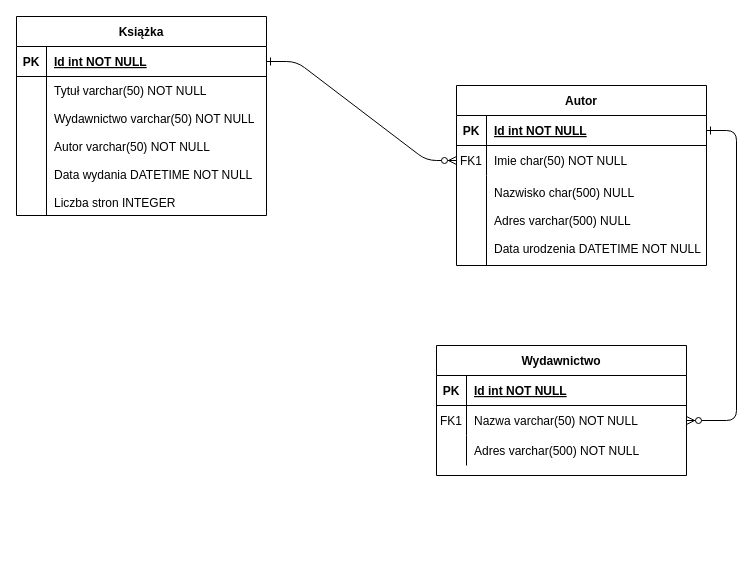
Before: lab01/lab1.drawio in MaksymilianSiemienowicz/rbd_lab_tasks, a draw.io diagram. Source tidied: cells renumbered, new cells numbered last; positions are measured from the earlier drawing's top-left corner, leaving out a move shared by most shapes. Both pictures are drawn from the tidied source at 100%, with x=0, y=0 at pixel (16, 16).
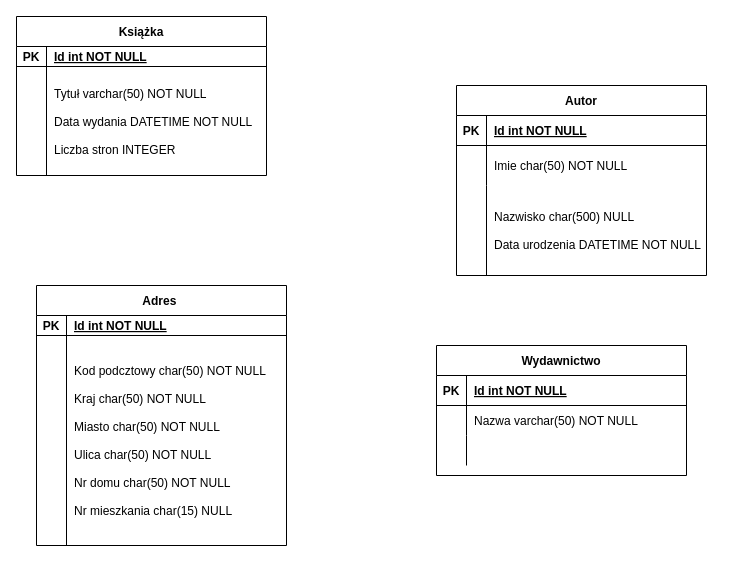
After the change.

The change refers to these unchanged cells:
```xml
<mxCell id="5" style="shape=partialRectangle;fillColor=none;points=[[0,0.5],[1,0.5]];portConstraint=eastwest;top=0;left=0;right=0;bottom=1;" parent="4" vertex="1">
  <mxGeometry y="30" width="250" height="30" as="geometry" />
</mxCell>
<mxCell id="18" style="shape=partialRectangle;fillColor=none;points=[[0,0.5],[1,0.5]];portConstraint=eastwest;top=0;left=0;right=0;bottom=0;" parent="14" vertex="1">
  <mxGeometry y="60" width="250" height="30" as="geometry" />
</mxCell>
<mxCell id="21" style="shape=partialRectangle;fillColor=none;top=0;left=0;right=0;bottom=0;" parent="14" vertex="1">
  <mxGeometry y="90" width="250" height="30" as="geometry" />
</mxCell>
```

Change to the diagram source:
```diff
@@
-    <mxCell id="2" style="edgeStyle=entityRelationEdgeStyle;endArrow=ERzeroToMany;startArrow=ERone;endFill=1;startFill=0;" parent="1" edge="1" source="25" target="8">
-      <mxGeometry relative="1" as="geometry" />
-    </mxCell>
-    <mxCell id="3" style="edgeStyle=entityRelationEdgeStyle;endArrow=ERzeroToMany;startArrow=ERone;endFill=1;startFill=0;" parent="1" edge="1" source="5" target="18">
-      <mxGeometry relative="1" as="geometry" />
-    </mxCell>
     <mxCell id="4" value="Autor" style="shape=table;startSize=30;childLayout=tableLayout;rowLines=0;fontStyle=1;align=center;" parent="1" vertex="1">
-      <mxGeometry x="440" y="69" width="250" height="180" as="geometry" />
+      <mxGeometry x="440" y="69" width="250" height="190" as="geometry" />
     </mxCell>
@@
     <mxCell id="8" style="shape=partialRectangle;fillColor=none;points=[[0,0.5],[1,0.5]];portConstraint=eastwest;top=0;left=0;right=0;bottom=0;" parent="4" vertex="1">
-      <mxGeometry y="60" width="250" height="30" as="geometry" />
+      <mxGeometry y="60" width="250" height="40" as="geometry" />
     </mxCell>
-    <mxCell id="9" value="FK1" style="shape=partialRectangle;overflow=hidden;fillColor=none;top=0;left=0;bottom=0;right=0;" parent="8" vertex="1">
-      <mxGeometry width="30" height="30" as="geometry" />
+    <mxCell id="9" style="shape=partialRectangle;overflow=hidden;fillColor=none;top=0;left=0;bottom=0;right=0;" parent="8" vertex="1">
+      <mxGeometry width="30" height="40" as="geometry" />
     </mxCell>
     <mxCell id="10" value="Imie char(50) NOT NULL" style="shape=partialRectangle;overflow=hidden;fillColor=none;top=0;left=0;bottom=0;right=0;align=left;spacingLeft=6;" parent="8" vertex="1">
-      <mxGeometry x="30" width="220" height="30" as="geometry" />
+      <mxGeometry x="30" width="220" height="40" as="geometry" />
     </mxCell>
     <mxCell id="11" style="shape=partialRectangle;fillColor=none;top=0;left=0;right=0;bottom=0;" parent="4" vertex="1">
-      <mxGeometry y="90" width="250" height="90" as="geometry" />
+      <mxGeometry y="100" width="250" height="90" as="geometry" />
     </mxCell>
@@
-    <mxCell id="13" value="Nazwisko char(500) NULL&#10;&#10;Adres varchar(500) NULL&#10;&#10;Data urodzenia DATETIME NOT NULL" style="shape=partialRectangle;overflow=hidden;fillColor=none;top=0;left=0;bottom=0;right=0;align=left;spacingLeft=6;" parent="11" vertex="1">
+    <mxCell id="13" value="Nazwisko char(500) NULL&#10;&#10;Data urodzenia DATETIME NOT NULL" style="shape=partialRectangle;overflow=hidden;fillColor=none;top=0;left=0;bottom=0;right=0;align=left;spacingLeft=6;" parent="11" vertex="1">
       <mxGeometry x="30" width="220" height="90" as="geometry" />
     </mxCell>
@@
-    <mxCell id="19" value="FK1" style="shape=partialRectangle;overflow=hidden;fillColor=none;top=0;left=0;bottom=0;right=0;" parent="18" vertex="1">
+    <mxCell id="19" style="shape=partialRectangle;overflow=hidden;fillColor=none;top=0;left=0;bottom=0;right=0;" parent="18" vertex="1">
       <mxGeometry width="30" height="30" as="geometry" />
     </mxCell>
@@
-    <mxCell id="23" value="Adres varchar(500) NOT NULL" style="shape=partialRectangle;overflow=hidden;fillColor=none;top=0;left=0;bottom=0;right=0;align=left;spacingLeft=6;" parent="21" vertex="1">
+    <mxCell id="23" style="shape=partialRectangle;overflow=hidden;fillColor=none;top=0;left=0;bottom=0;right=0;align=left;spacingLeft=6;" parent="21" vertex="1">
       <mxGeometry x="30" width="220" height="30" as="geometry" />
     </mxCell>
     <mxCell id="24" value="Książka" style="shape=table;startSize=30;childLayout=tableLayout;rowLines=0;fontStyle=1;align=center;" parent="1" vertex="1">
-      <mxGeometry width="250" height="199" as="geometry" />
+      <mxGeometry width="250" height="159" as="geometry" />
     </mxCell>
     <mxCell id="25" style="shape=partialRectangle;fillColor=none;points=[[0,0.5],[1,0.5]];portConstraint=eastwest;top=0;left=0;right=0;bottom=1;" parent="24" vertex="1">
-      <mxGeometry y="30" width="250" height="30" as="geometry" />
+      <mxGeometry y="30" width="250" height="20" as="geometry" />
     </mxCell>
     <mxCell id="26" value="PK" style="shape=partialRectangle;overflow=hidden;fillColor=none;top=0;left=0;bottom=0;right=0;fontStyle=1;" parent="25" vertex="1">
-      <mxGeometry width="30" height="30" as="geometry" />
+      <mxGeometry width="30" height="20" as="geometry" />
     </mxCell>
     <mxCell id="27" value="Id int NOT NULL" style="shape=partialRectangle;overflow=hidden;fillColor=none;top=0;left=0;bottom=0;right=0;align=left;spacingLeft=6;fontStyle=5;" parent="25" vertex="1">
-      <mxGeometry x="30" width="220" height="30" as="geometry" />
+      <mxGeometry x="30" width="220" height="20" as="geometry" />
     </mxCell>
     <mxCell id="28" style="shape=partialRectangle;fillColor=none;top=0;left=0;right=0;bottom=0;" parent="24" vertex="1">
-      <mxGeometry y="60" width="250" height="139" as="geometry" />
+      <mxGeometry y="50" width="250" height="109" as="geometry" />
     </mxCell>
     <mxCell id="29" style="shape=partialRectangle;overflow=hidden;fillColor=none;top=0;left=0;bottom=0;right=0;" parent="28" vertex="1">
-      <mxGeometry width="30" height="139" as="geometry" />
+      <mxGeometry width="30" height="109" as="geometry" />
     </mxCell>
-    <mxCell id="30" value="Tytuł varchar(50) NOT NULL&#10;&#10;Wydawnictwo varchar(50) NOT NULL&#10;&#10;Autor varchar(50) NOT NULL&#10;&#10;Data wydania DATETIME NOT NULL&#10;&#10;Liczba stron INTEGER" style="shape=partialRectangle;overflow=hidden;fillColor=none;top=0;left=0;bottom=0;right=0;align=left;spacingLeft=6;" parent="28" vertex="1">
-      <mxGeometry x="30" width="220" height="139" as="geometry" />
+    <mxCell id="30" value="Tytuł varchar(50) NOT NULL&#10;&#10;Data wydania DATETIME NOT NULL&#10;&#10;Liczba stron INTEGER" style="shape=partialRectangle;overflow=hidden;fillColor=none;top=0;left=0;bottom=0;right=0;align=left;spacingLeft=6;" parent="28" vertex="1">
+      <mxGeometry x="30" width="220" height="109" as="geometry" />
     </mxCell>
+    <mxCell id="31" value="Adres " style="shape=table;startSize=30;childLayout=tableLayout;rowLines=0;fontStyle=1;align=center;" parent="1" vertex="1">
+      <mxGeometry x="20" y="269" width="250" height="260" as="geometry" />
+    </mxCell>
+    <mxCell id="32" style="shape=partialRectangle;fillColor=none;top=0;left=0;right=0;bottom=1;" parent="31" vertex="1">
+      <mxGeometry y="30" width="250" height="20" as="geometry" />
+    </mxCell>
+    <mxCell id="33" value="PK" style="shape=partialRectangle;overflow=hidden;fillColor=none;top=0;left=0;bottom=0;right=0;fontStyle=1;" parent="32" vertex="1">
+      <mxGeometry width="30" height="20" as="geometry" />
+    </mxCell>
+    <mxCell id="34" value="Id int NOT NULL" style="shape=partialRectangle;overflow=hidden;fillColor=none;top=0;left=0;bottom=0;right=0;align=left;spacingLeft=6;fontStyle=5;" parent="32" vertex="1">
+      <mxGeometry x="30" width="220" height="20" as="geometry" />
+    </mxCell>
+    <mxCell id="35" style="shape=partialRectangle;fillColor=none;top=0;left=0;right=0;bottom=0;" parent="31" vertex="1">
+      <mxGeometry y="50" width="250" height="210" as="geometry" />
+    </mxCell>
+    <mxCell id="36" style="shape=partialRectangle;overflow=hidden;fillColor=none;top=0;left=0;bottom=0;right=0;" parent="35" vertex="1">
+      <mxGeometry width="30" height="210" as="geometry" />
+    </mxCell>
+    <mxCell id="37" value="Kod podcztowy char(50) NOT NULL&#10;&#10;Kraj char(50) NOT NULL&#10;&#10;Miasto char(50) NOT NULL    &#10;&#10;Ulica char(50) NOT NULL&#10;&#10;Nr domu char(50) NOT NULL&#10;&#10;Nr mieszkania char(15) NULL" style="shape=partialRectangle;overflow=hidden;fillColor=none;top=0;left=0;bottom=0;right=0;align=left;spacingLeft=6;" parent="35" vertex="1">
+      <mxGeometry x="30" width="220" height="210" as="geometry" />
+    </mxCell>
```
